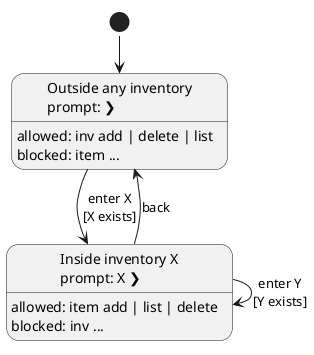
This is docs/images/LocationStateDiagram.png from AY2627S1-CS2113-W14-4/tp, a PlantUML export, as it was before one commit. Its source is kept beside it as docs/diagrams/LocationStateDiagram.puml. Its diagram source:
```plantuml
@startuml
hide empty description

state "Outside any inventory\nprompt: ❯" as Outside
Outside : allowed: inv add | delete | list
Outside : blocked: item ...

state "Inside inventory X\nprompt: X ❯" as Inside
Inside : allowed: item add | list | delete
Inside : blocked: inv ...

[*] --> Outside
Outside --> Inside : enter X\n[X exists]
Inside --> Inside : enter Y\n[Y exists]
Inside --> Outside : back
@enduml
```
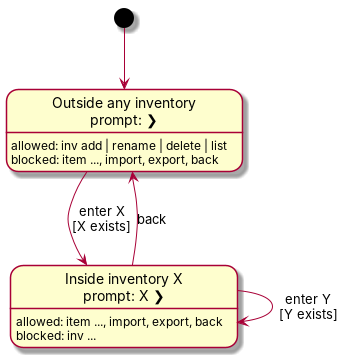
Later version of the same file.

What changed in the source:
```diff
@@ -2,11 +2,11 @@
 hide empty description
 
 state "Outside any inventory\nprompt: ❯" as Outside
-Outside : allowed: inv add | delete | list
-Outside : blocked: item ...
+Outside : allowed: inv add | rename | delete | list
+Outside : blocked: item ..., import, export, back
 
 state "Inside inventory X\nprompt: X ❯" as Inside
-Inside : allowed: item add | list | delete
+Inside : allowed: item ..., import, export, back
 Inside : blocked: inv ...
 
 [*] --> Outside
```
